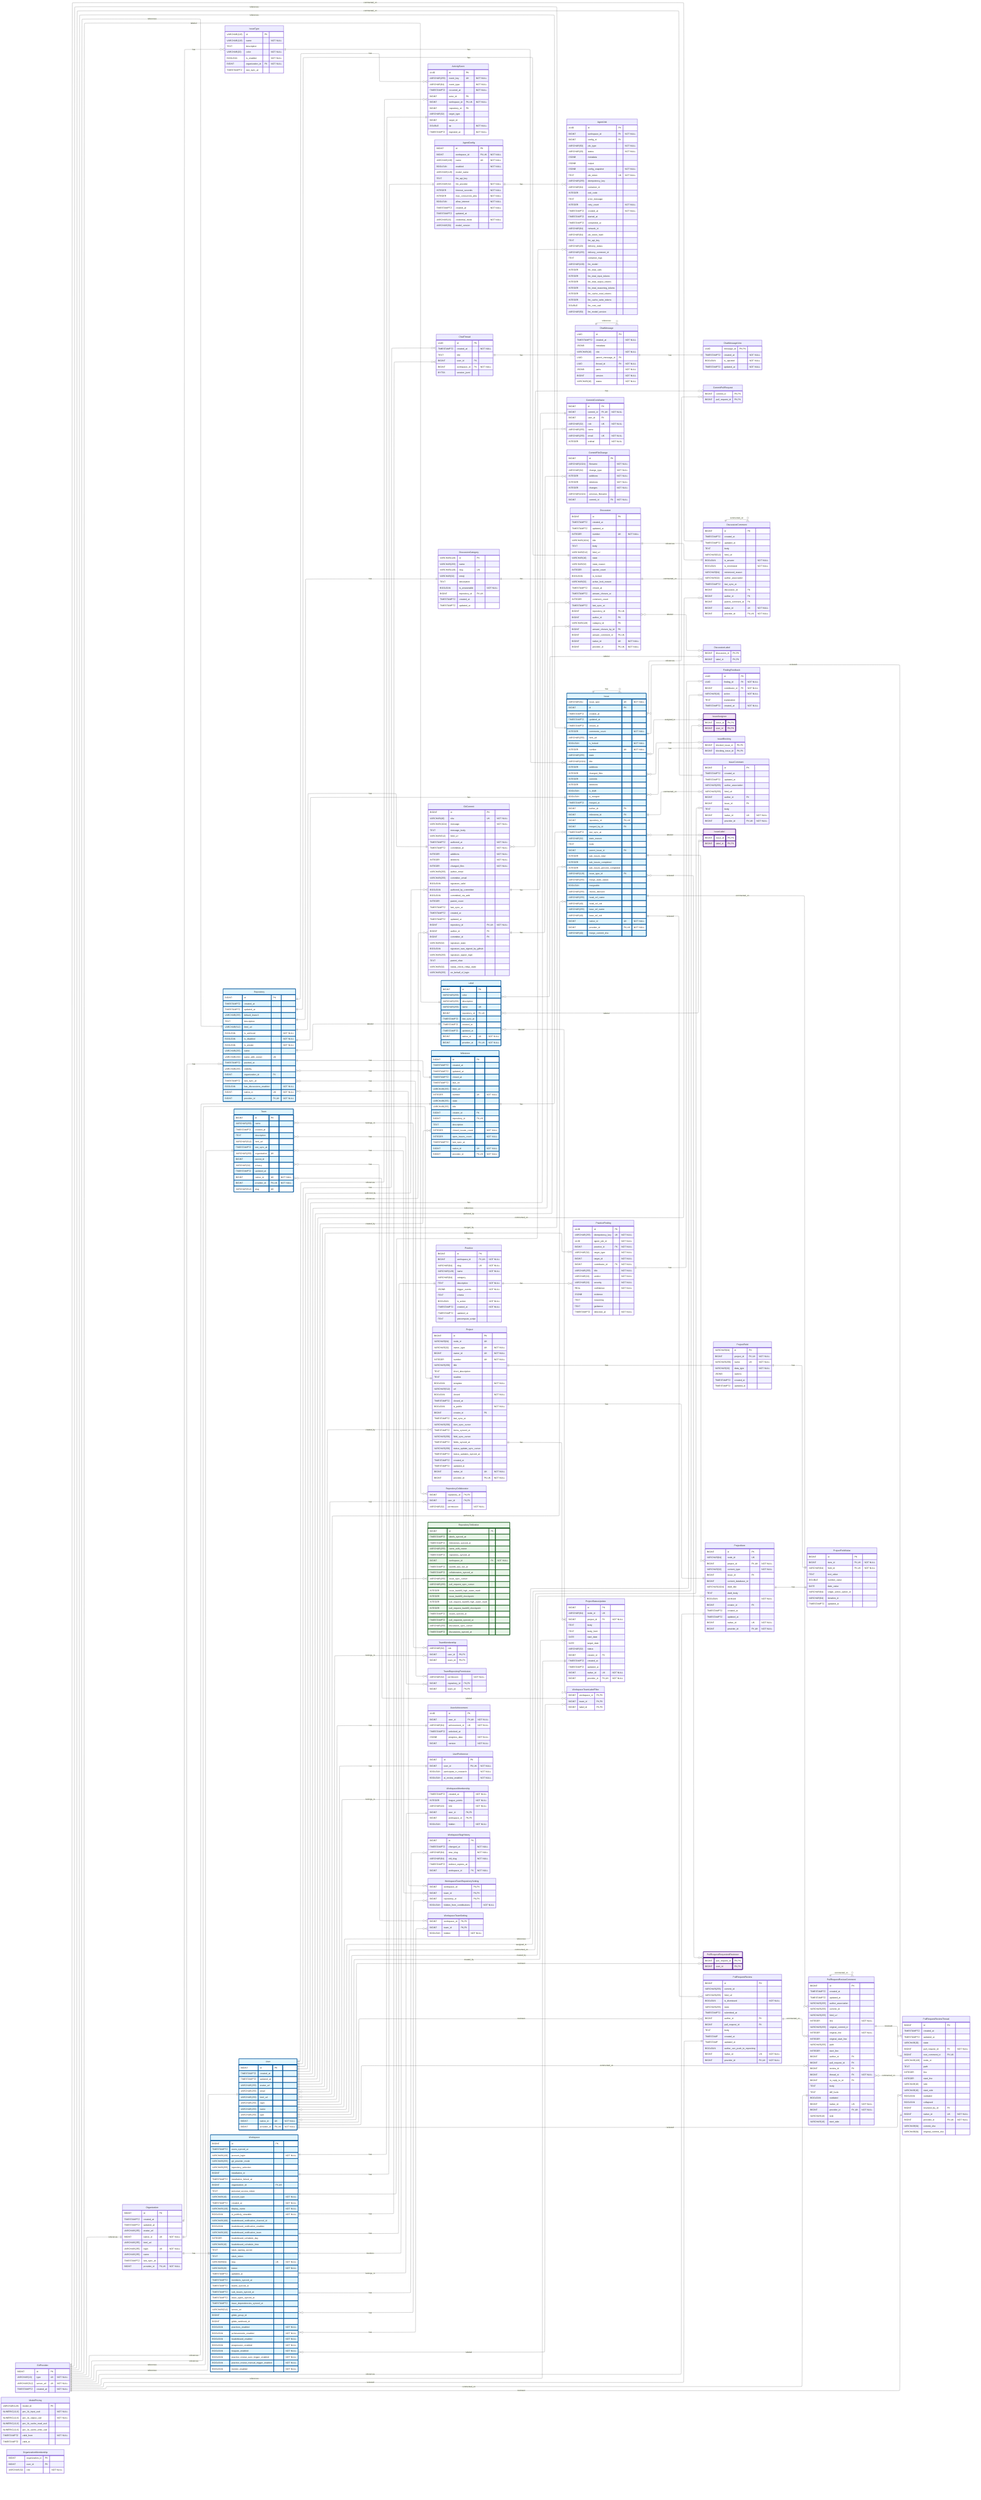
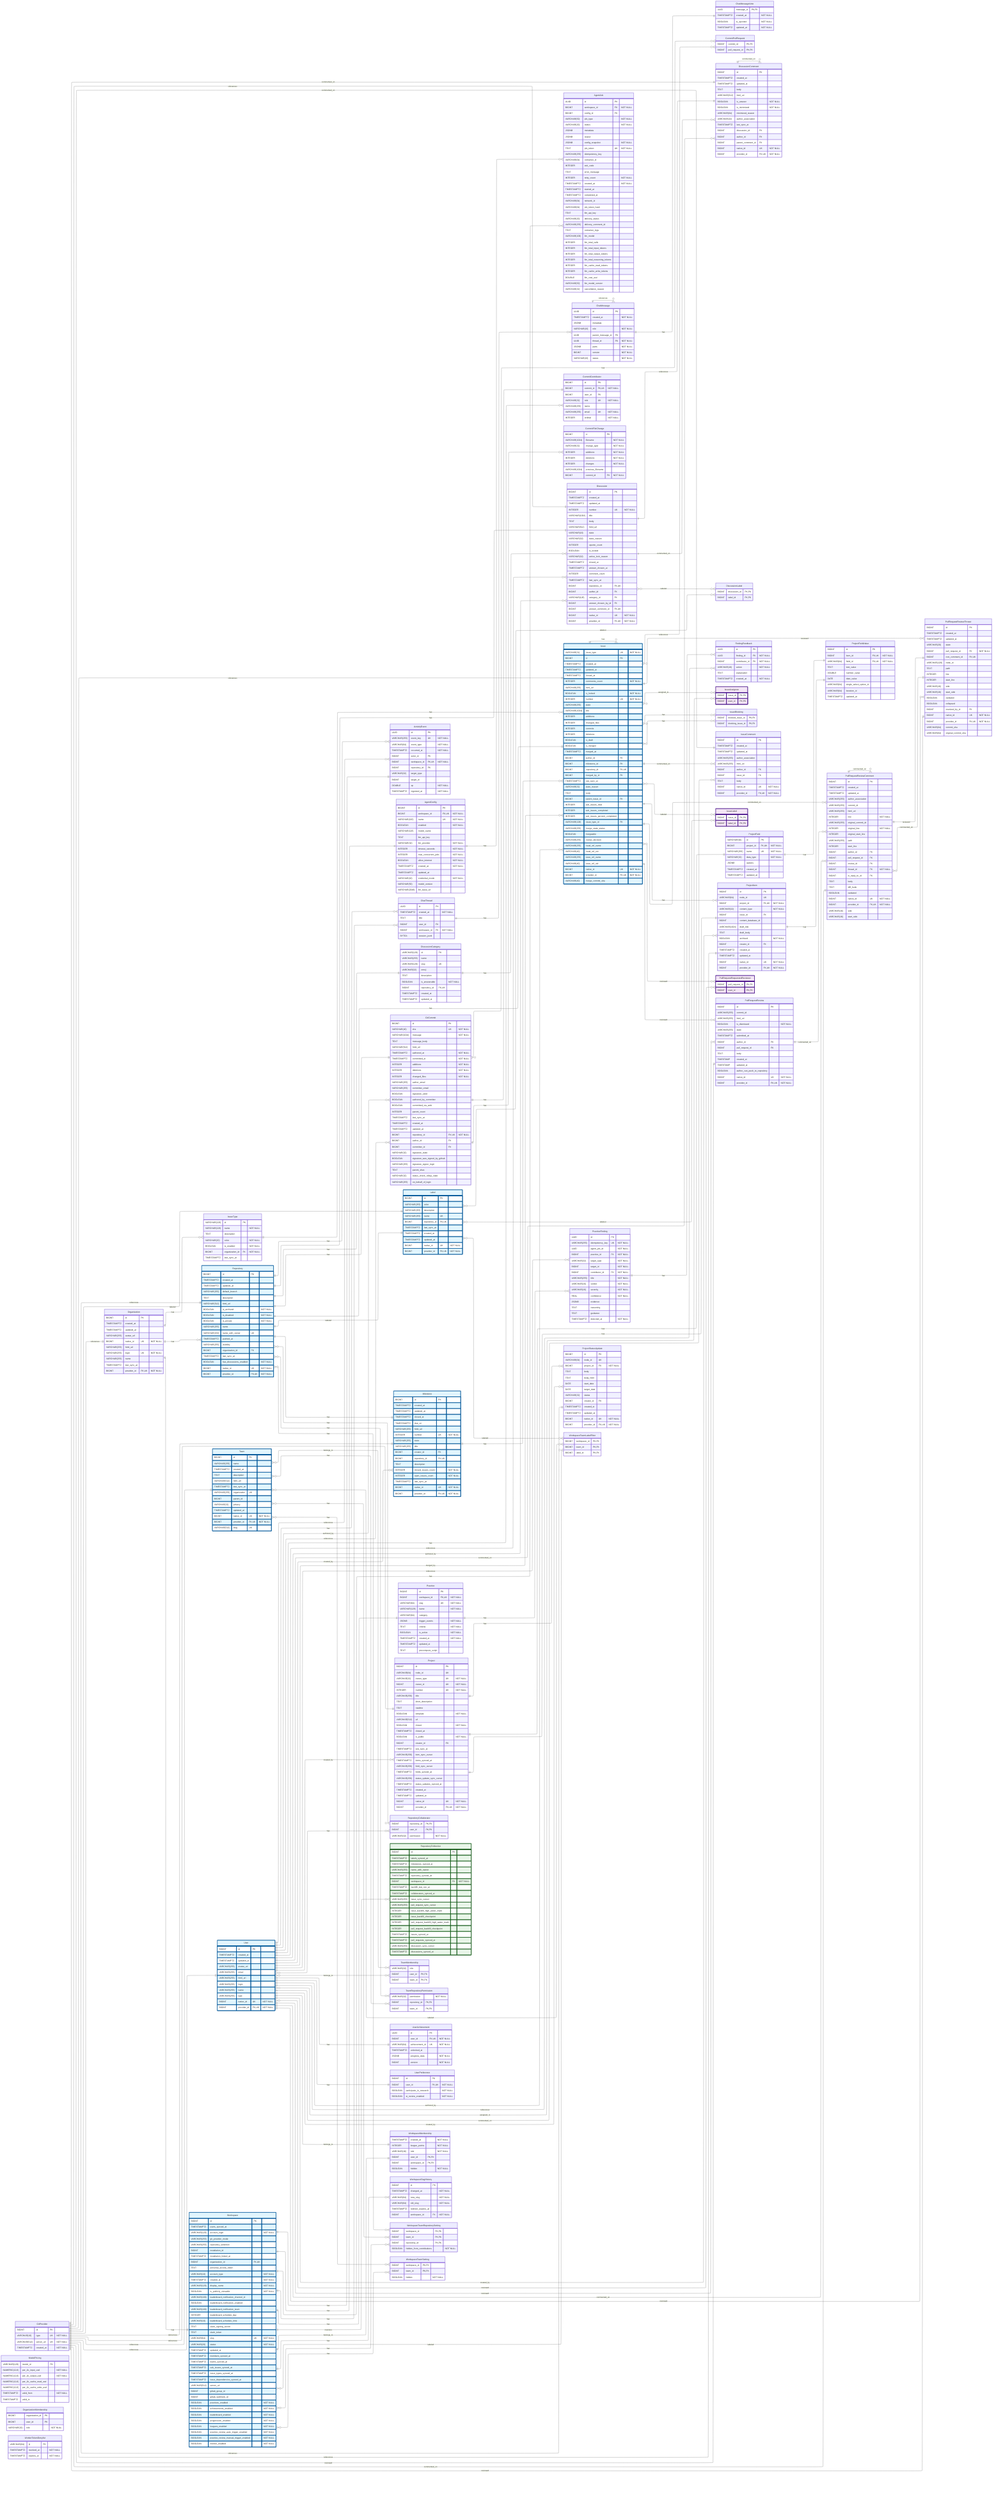
---
config:
    layout: elk
---
erDiagram
    %% Generated automatically from PostgreSQL database schema
    %% using scripts/generate-mermaid-erd.ts
    %% To regenerate: pnpm run db:generate-erd-docs

    direction LR

    ActivityEvent {
        UUID id PK
        VARCHAR(255) event_key UK "NOT NULL"
        VARCHAR(64) event_type "NOT NULL"
        TIMESTAMPTZ occurred_at "NOT NULL"
        BIGINT actor_id FK
        BIGINT workspace_id FK,UK "NOT NULL"
        BIGINT repository_id FK
        VARCHAR(32) target_type
        BIGINT target_id
        DOUBLE xp "NOT NULL"
        TIMESTAMPTZ ingested_at "NOT NULL"
    }

    AgentConfig {
        BIGINT id PK
        BIGINT workspace_id FK,UK "NOT NULL"
        VARCHAR(100) name UK "NOT NULL"
        BOOLEAN enabled "NOT NULL"
        VARCHAR(128) model_name
        TEXT llm_api_key
        VARCHAR(32) llm_provider "NOT NULL"
        INTEGER timeout_seconds "NOT NULL"
        INTEGER max_concurrent_jobs "NOT NULL"
        BOOLEAN allow_internet "NOT NULL"
        TIMESTAMPTZ created_at "NOT NULL"
        TIMESTAMPTZ updated_at
        VARCHAR(16) credential_mode "NOT NULL"
        VARCHAR(50) model_version
+         VARCHAR(2048) llm_base_url
    }

    AgentJob {
        UUID id PK
        BIGINT workspace_id FK "NOT NULL"
        BIGINT config_id FK
        VARCHAR(50) job_type "NOT NULL"
        VARCHAR(20) status "NOT NULL"
        JSONB metadata
        JSONB output
        JSONB config_snapshot "NOT NULL"
        TEXT job_token UK "NOT NULL"
        VARCHAR(255) idempotency_key
        VARCHAR(64) container_id
        INTEGER exit_code
        TEXT error_message
        INTEGER retry_count "NOT NULL"
        TIMESTAMPTZ created_at "NOT NULL"
        TIMESTAMPTZ started_at
        TIMESTAMPTZ completed_at
        VARCHAR(64) network_id
        VARCHAR(64) job_token_hash
        TEXT llm_api_key
        VARCHAR(20) delivery_status
        VARCHAR(255) delivery_comment_id
        TEXT container_logs
        VARCHAR(100) llm_model
        INTEGER llm_total_calls
        INTEGER llm_total_input_tokens
        INTEGER llm_total_output_tokens
        INTEGER llm_total_reasoning_tokens
        INTEGER llm_cache_read_tokens
        INTEGER llm_cache_write_tokens
        DOUBLE llm_cost_usd
        VARCHAR(50) llm_model_version
+         VARCHAR(32) cancellation_reason
    }

    ChatMessage {
        UUID id PK
        TIMESTAMPTZ created_at "NOT NULL"
        JSONB metadata
        VARCHAR(16) role "NOT NULL"
        UUID parent_message_id FK
        UUID thread_id FK "NOT NULL"
        JSONB parts "NOT NULL"
        BIGINT version "NOT NULL"
        VARCHAR(16) status "NOT NULL"
    }

    ChatMessageVote {
        UUID message_id PK,FK
        TIMESTAMPTZ created_at "NOT NULL"
        BOOLEAN is_upvoted "NOT NULL"
        TIMESTAMPTZ updated_at "NOT NULL"
    }

    ChatThread {
        UUID id PK
        TIMESTAMPTZ created_at "NOT NULL"
        TEXT title
        BIGINT user_id FK
        BIGINT workspace_id FK "NOT NULL"
        BYTEA session_jsonl
    }

    CommitContributor {
        BIGINT id PK
        BIGINT commit_id FK,UK "NOT NULL"
        BIGINT user_id FK
        VARCHAR(32) role UK "NOT NULL"
        VARCHAR(255) name
        VARCHAR(255) email UK "NOT NULL"
        INTEGER ordinal "NOT NULL"
    }

    CommitFileChange {
        BIGINT id PK
        VARCHAR(1024) filename "NOT NULL"
        VARCHAR(32) change_type "NOT NULL"
        INTEGER additions "NOT NULL"
        INTEGER deletions "NOT NULL"
        INTEGER changes "NOT NULL"
        VARCHAR(1024) previous_filename
        BIGINT commit_id FK "NOT NULL"
    }

    CommitPullRequest {
        BIGINT commit_id PK,FK
        BIGINT pull_request_id PK,FK
    }

    Discussion {
        BIGINT id PK
        TIMESTAMPTZ created_at
        TIMESTAMPTZ updated_at
        INTEGER number UK "NOT NULL"
        VARCHAR(1024) title
        TEXT body
        VARCHAR(512) html_url
        VARCHAR(16) state
        VARCHAR(32) state_reason
        INTEGER upvote_count
        BOOLEAN is_locked
        VARCHAR(32) active_lock_reason
        TIMESTAMPTZ closed_at
        TIMESTAMPTZ answer_chosen_at
        INTEGER comment_count
        TIMESTAMPTZ last_sync_at
        BIGINT repository_id FK,UK
        BIGINT author_id FK
        VARCHAR(128) category_id FK
        BIGINT answer_chosen_by_id FK
        BIGINT answer_comment_id FK,UK
        BIGINT native_id UK "NOT NULL"
        BIGINT provider_id FK,UK "NOT NULL"
    }

    DiscussionCategory {
        VARCHAR(128) id PK
        VARCHAR(255) name
        VARCHAR(128) slug UK
        VARCHAR(32) emoji
        TEXT description
        BOOLEAN is_answerable "NOT NULL"
        BIGINT repository_id FK,UK
        TIMESTAMPTZ created_at
        TIMESTAMPTZ updated_at
    }

    DiscussionComment {
        BIGINT id PK
        TIMESTAMPTZ created_at
        TIMESTAMPTZ updated_at
        TEXT body
        VARCHAR(512) html_url
        BOOLEAN is_answer "NOT NULL"
        BOOLEAN is_minimized "NOT NULL"
        VARCHAR(64) minimized_reason
        VARCHAR(32) author_association
        TIMESTAMPTZ last_sync_at
        BIGINT discussion_id FK
        BIGINT author_id FK
        BIGINT parent_comment_id FK
        BIGINT native_id UK "NOT NULL"
        BIGINT provider_id FK,UK "NOT NULL"
    }

    DiscussionLabel {
        BIGINT discussion_id PK,FK
        BIGINT label_id PK,FK
    }

    FindingFeedback {
        UUID id PK
        UUID finding_id FK "NOT NULL"
        BIGINT contributor_id FK "NOT NULL"
        VARCHAR(16) action "NOT NULL"
        TEXT explanation
        TIMESTAMPTZ created_at "NOT NULL"
    }

    GitCommit {
        BIGINT id PK
        VARCHAR(40) sha UK "NOT NULL"
        VARCHAR(1024) message "NOT NULL"
        TEXT message_body
        VARCHAR(512) html_url
        TIMESTAMPTZ authored_at "NOT NULL"
        TIMESTAMPTZ committed_at "NOT NULL"
        INTEGER additions "NOT NULL"
        INTEGER deletions "NOT NULL"
        INTEGER changed_files "NOT NULL"
        VARCHAR(255) author_email
        VARCHAR(255) committer_email
        BOOLEAN signature_valid
        BOOLEAN authored_by_committer
        BOOLEAN committed_via_web
        INTEGER parent_count
        TIMESTAMPTZ last_sync_at
        TIMESTAMPTZ created_at
        TIMESTAMPTZ updated_at
        BIGINT repository_id FK,UK "NOT NULL"
        BIGINT author_id FK
        BIGINT committer_id FK
        VARCHAR(32) signature_state
        BOOLEAN signature_was_signed_by_github
        VARCHAR(255) signature_signer_login
        TEXT parent_shas
        VARCHAR(32) status_check_rollup_state
        VARCHAR(255) on_behalf_of_login
    }

    GitProvider {
        BIGINT id PK
        VARCHAR(10) type UK "NOT NULL"
        VARCHAR(512) server_url UK "NOT NULL"
        TIMESTAMPTZ created_at "NOT NULL"
    }

    Issue {
        VARCHAR(31) issue_type UK "NOT NULL"
        BIGINT id PK
        TIMESTAMPTZ created_at
        TIMESTAMPTZ updated_at
        TIMESTAMPTZ closed_at
        INTEGER comments_count "NOT NULL"
        VARCHAR(255) html_url
        BOOLEAN is_locked "NOT NULL"
        INTEGER number UK "NOT NULL"
        VARCHAR(255) state
        VARCHAR(1024) title
        INTEGER additions
        INTEGER changed_files
        INTEGER commits
        INTEGER deletions
        BOOLEAN is_draft
        BOOLEAN is_merged
        TIMESTAMPTZ merged_at
        BIGINT author_id FK
        BIGINT milestone_id FK
        BIGINT repository_id FK,UK
        BIGINT merged_by_id FK
        TIMESTAMPTZ last_sync_at
        VARCHAR(32) state_reason
        TEXT body
        BIGINT parent_issue_id FK
        INTEGER sub_issues_total
        INTEGER sub_issues_completed
        INTEGER sub_issues_percent_completed
        VARCHAR(128) issue_type_id FK
        VARCHAR(255) merge_state_status
        BOOLEAN mergeable
        VARCHAR(255) review_decision
        VARCHAR(255) head_ref_name
        VARCHAR(40) head_ref_oid
        VARCHAR(255) base_ref_name
        VARCHAR(40) base_ref_oid
        BIGINT native_id UK "NOT NULL"
        BIGINT provider_id FK,UK "NOT NULL"
        VARCHAR(40) merge_commit_sha
    }

    IssueAssignee {
        BIGINT issue_id PK,FK
        BIGINT user_id PK,FK
    }

    IssueBlocking {
        BIGINT blocked_issue_id PK,FK
        BIGINT blocking_issue_id PK,FK
    }

    IssueComment {
        BIGINT id PK
        TIMESTAMPTZ created_at
        TIMESTAMPTZ updated_at
        VARCHAR(255) author_association
        VARCHAR(255) html_url
        BIGINT author_id FK
        BIGINT issue_id FK
        TEXT body
        BIGINT native_id UK "NOT NULL"
        BIGINT provider_id FK,UK "NOT NULL"
    }

    IssueLabel {
        BIGINT issue_id PK,FK
        BIGINT label_id PK,FK
    }

    IssueType {
        VARCHAR(128) id PK
        VARCHAR(128) name "NOT NULL"
        TEXT description
        VARCHAR(20) color "NOT NULL"
        BOOLEAN is_enabled "NOT NULL"
        BIGINT organization_id FK "NOT NULL"
        TIMESTAMPTZ last_sync_at
    }

    Label {
        BIGINT id PK
        VARCHAR(255) color
        VARCHAR(255) description
        VARCHAR(255) name UK
        BIGINT repository_id FK,UK
        TIMESTAMPTZ last_sync_at
        TIMESTAMPTZ created_at
        TIMESTAMPTZ updated_at
        BIGINT native_id UK "NOT NULL"
        BIGINT provider_id FK,UK "NOT NULL"
    }

    Milestone {
        BIGINT id PK
        TIMESTAMPTZ created_at
        TIMESTAMPTZ updated_at
        TIMESTAMPTZ closed_at
        TIMESTAMPTZ due_on
        VARCHAR(255) html_url
        INTEGER number UK "NOT NULL"
        VARCHAR(255) state
        VARCHAR(255) title
        BIGINT creator_id FK
        BIGINT repository_id FK,UK
        TEXT description
        INTEGER closed_issues_count "NOT NULL"
        INTEGER open_issues_count "NOT NULL"
        TIMESTAMPTZ last_sync_at
        BIGINT native_id UK "NOT NULL"
        BIGINT provider_id FK,UK "NOT NULL"
    }

    ModelPricing {
        VARCHAR(128) model_id PK
        NUMERIC(12,6) per_1k_input_usd "NOT NULL"
        NUMERIC(12,6) per_1k_output_usd "NOT NULL"
        NUMERIC(12,6) per_1k_cache_read_usd
        NUMERIC(12,6) per_1k_cache_write_usd
        TIMESTAMPTZ valid_from "NOT NULL"
        TIMESTAMPTZ valid_to
    }

    Organization {
        BIGINT id PK
        TIMESTAMPTZ created_at
        TIMESTAMPTZ updated_at
        VARCHAR(255) avatar_url
        BIGINT native_id UK "NOT NULL"
        VARCHAR(255) html_url
        VARCHAR(255) login UK "NOT NULL"
        VARCHAR(255) name
        TIMESTAMPTZ last_sync_at
        BIGINT provider_id FK,UK "NOT NULL"
    }

    OrganizationMembership {
        BIGINT organization_id PK
        BIGINT user_id PK
        VARCHAR(32) role "NOT NULL"
    }

    Practice {
        BIGINT id PK
        BIGINT workspace_id FK,UK "NOT NULL"
        VARCHAR(64) slug UK "NOT NULL"
        VARCHAR(128) name "NOT NULL"
        VARCHAR(64) category
-         TEXT description "NOT NULL"
        JSONB trigger_events "NOT NULL"
-         TEXT criteria
+         TEXT criteria "NOT NULL"
        BOOLEAN is_active "NOT NULL"
        TIMESTAMPTZ created_at "NOT NULL"
        TIMESTAMPTZ updated_at
        TEXT precompute_script
    }

    PracticeFinding {
        UUID id PK
        VARCHAR(255) idempotency_key UK "NOT NULL"
        UUID agent_job_id "NOT NULL"
        BIGINT practice_id FK "NOT NULL"
        VARCHAR(32) target_type "NOT NULL"
        BIGINT target_id "NOT NULL"
        BIGINT contributor_id FK "NOT NULL"
        VARCHAR(255) title "NOT NULL"
        VARCHAR(16) verdict "NOT NULL"
        VARCHAR(16) severity "NOT NULL"
        REAL confidence "NOT NULL"
        JSONB evidence
        TEXT reasoning
        TEXT guidance
        TIMESTAMPTZ detected_at "NOT NULL"
    }

    Project {
        BIGINT id PK
        VARCHAR(64) node_id UK
        VARCHAR(32) owner_type UK "NOT NULL"
        BIGINT owner_id UK "NOT NULL"
        INTEGER number UK "NOT NULL"
        VARCHAR(256) title
        TEXT short_description
        TEXT readme
        BOOLEAN template "NOT NULL"
        VARCHAR(512) url
        BOOLEAN closed "NOT NULL"
        TIMESTAMPTZ closed_at
        BOOLEAN is_public "NOT NULL"
        BIGINT creator_id FK
        TIMESTAMPTZ last_sync_at
        VARCHAR(256) item_sync_cursor
        TIMESTAMPTZ items_synced_at
        VARCHAR(256) field_sync_cursor
        TIMESTAMPTZ fields_synced_at
        VARCHAR(256) status_update_sync_cursor
        TIMESTAMPTZ status_updates_synced_at
        TIMESTAMPTZ created_at
        TIMESTAMPTZ updated_at
        BIGINT native_id UK "NOT NULL"
        BIGINT provider_id FK,UK "NOT NULL"
    }

    ProjectField {
        VARCHAR(64) id PK
        BIGINT project_id FK,UK "NOT NULL"
        VARCHAR(256) name UK "NOT NULL"
        VARCHAR(32) data_type "NOT NULL"
        JSONB options
        TIMESTAMPTZ created_at
        TIMESTAMPTZ updated_at
    }

    ProjectFieldValue {
        BIGINT id PK
        BIGINT item_id FK,UK "NOT NULL"
        VARCHAR(64) field_id FK,UK "NOT NULL"
        TEXT text_value
        DOUBLE number_value
        DATE date_value
        VARCHAR(64) single_select_option_id
        VARCHAR(64) iteration_id
        TIMESTAMPTZ updated_at
    }

    ProjectItem {
        BIGINT id PK
        VARCHAR(64) node_id UK
        BIGINT project_id FK,UK "NOT NULL"
        VARCHAR(32) content_type "NOT NULL"
        BIGINT issue_id FK
        BIGINT content_database_id
        VARCHAR(1024) draft_title
        TEXT draft_body
        BOOLEAN archived "NOT NULL"
        BIGINT creator_id FK
        TIMESTAMPTZ created_at
        TIMESTAMPTZ updated_at
        BIGINT native_id UK "NOT NULL"
        BIGINT provider_id FK,UK "NOT NULL"
    }

    ProjectStatusUpdate {
        BIGINT id PK
        VARCHAR(64) node_id UK
        BIGINT project_id FK "NOT NULL"
        TEXT body
        TEXT body_html
        DATE start_date
        DATE target_date
        VARCHAR(32) status
        BIGINT creator_id FK
        TIMESTAMPTZ created_at
        TIMESTAMPTZ updated_at
        BIGINT native_id UK "NOT NULL"
        BIGINT provider_id FK,UK "NOT NULL"
    }

    PullRequestRequestedReviewer {
        BIGINT pull_request_id PK,FK
        BIGINT user_id PK,FK
    }

    PullRequestReview {
        BIGINT id PK
        VARCHAR(255) commit_id
        VARCHAR(255) html_url
        BOOLEAN is_dismissed "NOT NULL"
        VARCHAR(255) state
        TIMESTAMPTZ submitted_at
        BIGINT author_id FK
        BIGINT pull_request_id FK
        TEXT body
        TIMESTAMP created_at
        TIMESTAMP updated_at
        BOOLEAN author_can_push_to_repository
        BIGINT native_id UK "NOT NULL"
        BIGINT provider_id FK,UK "NOT NULL"
    }

    PullRequestReviewComment {
        BIGINT id PK
        TIMESTAMPTZ created_at
        TIMESTAMPTZ updated_at
        VARCHAR(255) author_association
        VARCHAR(255) commit_id
        VARCHAR(255) html_url
        INTEGER line "NOT NULL"
        VARCHAR(255) original_commit_id
        INTEGER original_line "NOT NULL"
        INTEGER original_start_line
        VARCHAR(255) path
        INTEGER start_line
        BIGINT author_id FK
        BIGINT pull_request_id FK
        BIGINT review_id FK
        BIGINT thread_id FK "NOT NULL"
        BIGINT in_reply_to_id FK
        TEXT body
        TEXT diff_hunk
        BOOLEAN outdated
        BIGINT native_id UK "NOT NULL"
        BIGINT provider_id FK,UK "NOT NULL"
        VARCHAR(16) side
        VARCHAR(16) start_side
    }

    PullRequestReviewThread {
        BIGINT id PK
        TIMESTAMPTZ created_at
        TIMESTAMPTZ updated_at
        VARCHAR(20) state
        BIGINT pull_request_id FK "NOT NULL"
        BIGINT root_comment_id FK,UK
        VARCHAR(128) node_id
        TEXT path
        INTEGER line
        INTEGER start_line
        VARCHAR(16) side
        VARCHAR(16) start_side
        BOOLEAN outdated
        BOOLEAN collapsed
        BIGINT resolved_by_id FK
        BIGINT native_id UK "NOT NULL"
        BIGINT provider_id FK,UK "NOT NULL"
        VARCHAR(64) commit_sha
        VARCHAR(64) original_commit_sha
    }

    Repository {
        BIGINT id PK
        TIMESTAMPTZ created_at
        TIMESTAMPTZ updated_at
        VARCHAR(255) default_branch
        TEXT description
        VARCHAR(512) html_url
        BOOLEAN is_archived "NOT NULL"
        BOOLEAN is_disabled "NOT NULL"
        BOOLEAN is_private "NOT NULL"
        VARCHAR(255) name
        VARCHAR(150) name_with_owner UK
        TIMESTAMPTZ pushed_at
        VARCHAR(255) visibility
        BIGINT organization_id FK
        TIMESTAMPTZ last_sync_at
        BOOLEAN has_discussions_enabled "NOT NULL"
        BIGINT native_id UK "NOT NULL"
        BIGINT provider_id FK,UK "NOT NULL"
    }

    RepositoryCollaborator {
        BIGINT repository_id PK,FK
        BIGINT user_id PK,FK
        VARCHAR(32) permission "NOT NULL"
    }

    RepositoryToMonitor {
        BIGINT id PK
        TIMESTAMPTZ labels_synced_at
        TIMESTAMPTZ milestones_synced_at
        VARCHAR(255) name_with_owner
        TIMESTAMPTZ repository_synced_at
        BIGINT workspace_id FK "NOT NULL"
        TIMESTAMPTZ backfill_last_run_at
        TIMESTAMPTZ collaborators_synced_at
        VARCHAR(255) issue_sync_cursor
        VARCHAR(255) pull_request_sync_cursor
        INTEGER issue_backfill_high_water_mark
        INTEGER issue_backfill_checkpoint
        INTEGER pull_request_backfill_high_water_mark
        INTEGER pull_request_backfill_checkpoint
        TIMESTAMPTZ issues_synced_at
        TIMESTAMPTZ pull_requests_synced_at
        VARCHAR(255) discussion_sync_cursor
        TIMESTAMPTZ discussions_synced_at
    }

    Team {
        BIGINT id PK
        VARCHAR(255) name
        TIMESTAMPTZ created_at
        TEXT description
        VARCHAR(512) html_url
        TIMESTAMPTZ last_sync_at
        VARCHAR(255) organization UK
        BIGINT parent_id
        VARCHAR(32) privacy
        TIMESTAMPTZ updated_at
        BIGINT native_id UK "NOT NULL"
        BIGINT provider_id FK,UK "NOT NULL"
        VARCHAR(512) slug UK
    }

    TeamMembership {
        VARCHAR(32) role
        BIGINT user_id PK,FK
        BIGINT team_id PK,FK
    }

    TeamRepositoryPermission {
        VARCHAR(32) permission "NOT NULL"
        BIGINT repository_id PK,FK
        BIGINT team_id PK,FK
    }

    User {
        BIGINT id PK
        TIMESTAMPTZ created_at
        TIMESTAMPTZ updated_at
        VARCHAR(255) avatar_url
        VARCHAR(255) email
        VARCHAR(255) html_url
        VARCHAR(255) login
        VARCHAR(255) name
        VARCHAR(255) type
        BIGINT native_id UK "NOT NULL"
        BIGINT provider_id FK,UK "NOT NULL"
    }

    UserAchievement {
        UUID id PK
        BIGINT user_id FK,UK "NOT NULL"
        VARCHAR(64) achievement_id UK "NOT NULL"
        TIMESTAMPTZ unlocked_at
        JSONB progress_data "NOT NULL"
        BIGINT version "NOT NULL"
    }

    UserPreference {
        BIGINT id PK
        BIGINT user_id FK,UK "NOT NULL"
        BOOLEAN participate_in_research "NOT NULL"
        BOOLEAN ai_review_enabled "NOT NULL"
+     }
+ 
+     WorkerTokenDenylist {
+         VARCHAR(64) jti PK
+         TIMESTAMPTZ revoked_at "NOT NULL"
+         TIMESTAMPTZ expires_at "NOT NULL"
    }

    Workspace {
        BIGINT id PK
        TIMESTAMPTZ users_synced_at
        VARCHAR(120) account_login "NOT NULL"
        VARCHAR(255) git_provider_mode
        VARCHAR(255) repository_selection
        BIGINT installation_id
        TIMESTAMPTZ installation_linked_at
        BIGINT organization_id FK,UK
        TEXT personal_access_token
        VARCHAR(10) account_type "NOT NULL"
        TIMESTAMPTZ created_at "NOT NULL"
        VARCHAR(120) display_name "NOT NULL"
        BOOLEAN is_publicly_viewable "NOT NULL"
        VARCHAR(100) leaderboard_notification_channel_id
        BOOLEAN leaderboard_notification_enabled
        VARCHAR(100) leaderboard_notification_team
        INTEGER leaderboard_schedule_day
        VARCHAR(10) leaderboard_schedule_time
        TEXT slack_signing_secret
        TEXT slack_token
        VARCHAR(64) slug UK "NOT NULL"
        VARCHAR(20) status "NOT NULL"
        TIMESTAMPTZ updated_at
        TIMESTAMPTZ members_synced_at
        TIMESTAMPTZ teams_synced_at
        TIMESTAMPTZ sub_issues_synced_at
        TIMESTAMPTZ issue_types_synced_at
        TIMESTAMPTZ issue_dependencies_synced_at
        VARCHAR(512) server_url
        BIGINT gitlab_group_id
        BIGINT gitlab_webhook_id
        BOOLEAN practices_enabled "NOT NULL"
        BOOLEAN achievements_enabled "NOT NULL"
        BOOLEAN leaderboard_enabled "NOT NULL"
        BOOLEAN progression_enabled "NOT NULL"
        BOOLEAN leagues_enabled "NOT NULL"
        BOOLEAN practice_review_auto_trigger_enabled "NOT NULL"
        BOOLEAN practice_review_manual_trigger_enabled "NOT NULL"
        BOOLEAN mentor_enabled "NOT NULL"
    }

    WorkspaceMembership {
        TIMESTAMPTZ created_at "NOT NULL"
        INTEGER league_points "NOT NULL"
        VARCHAR(16) role "NOT NULL"
        BIGINT user_id PK,FK
        BIGINT workspace_id PK,FK
        BOOLEAN hidden "NOT NULL"
    }

    WorkspaceSlugHistory {
        BIGINT id PK
        TIMESTAMPTZ changed_at "NOT NULL"
        VARCHAR(64) new_slug "NOT NULL"
        VARCHAR(64) old_slug "NOT NULL"
        TIMESTAMPTZ redirect_expires_at
        BIGINT workspace_id FK "NOT NULL"
    }

    WorkspaceTeamLabelFilter {
        BIGINT workspace_id PK,FK
        BIGINT team_id PK,FK
        BIGINT label_id PK,FK
    }

    WorkspaceTeamRepositorySetting {
        BIGINT workspace_id PK,FK
        BIGINT team_id PK,FK
        BIGINT repository_id PK,FK
        BOOLEAN hidden_from_contributions "NOT NULL"
    }

    WorkspaceTeamSetting {
        BIGINT workspace_id PK,FK
        BIGINT team_id PK,FK
        BOOLEAN hidden "NOT NULL"
    }

    %% Relationships
    %% One-to-One relationships
    Workspace ||--|| ActivityEvent : has
    Workspace ||--|| AgentConfig : has
    ChatMessage ||--|| ChatMessageVote : has
    GitCommit ||--|| CommitContributor : has
    DiscussionComment ||--|| Discussion : references
    GitProvider ||--|| Discussion : references
    Repository ||--|| Discussion : has
    Repository ||--|| DiscussionCategory : has
    GitProvider ||--|| DiscussionComment : commented_on
    Repository ||--|| GitCommit : has
    GitProvider ||--|| Issue : references
    Repository ||--|| Issue : has
    GitProvider ||--|| IssueComment : commented_on
    GitProvider ||--|| Label : labeled
    Repository ||--|| Label : labeled
    GitProvider ||--|| Milestone : references
    Repository ||--|| Milestone : has
    GitProvider ||--|| Organization : references
    Workspace ||--|| Practice : has
    GitProvider ||--|| Project : references
    Project ||--|| ProjectField : has
    ProjectField ||--|| ProjectFieldValue : has
    ProjectItem ||--|| ProjectFieldValue : has
    Project ||--|| ProjectItem : has
    GitProvider ||--|| ProjectItem : references
    GitProvider ||--|| ProjectStatusUpdate : references
    GitProvider ||--|| PullRequestReview : reviewed
    GitProvider ||--|| PullRequestReviewComment : commented_on
    GitProvider ||--|| PullRequestReviewThread : reviewed
    PullRequestReviewComment ||--|| PullRequestReviewThread : reviewed
    GitProvider ||--|| Repository : references
    GitProvider ||--|| Team : references
    GitProvider ||--|| User : references
    User ||--|| UserAchievement : has
    User ||--|| UserPreference : has
    Organization ||--|| Workspace : has
    User ||--|| WorkspaceMembership : belongs_to
    Workspace ||--|| WorkspaceMembership : belongs_to

    %% One-to-Many relationships
    User ||--o{ ActivityEvent : references
    Repository ||--o{ ActivityEvent : has
    AgentConfig ||--o{ AgentJob : has
    Workspace ||--o{ AgentJob : has
    ChatMessage ||--o{ ChatMessage : references
    ChatThread ||--o{ ChatMessage : has
    User ||--o{ ChatThread : has
    Workspace ||--o{ ChatThread : has
    User ||--o{ CommitContributor : has
    GitCommit ||--o{ CommitFileChange : has
    User ||--o{ Discussion : references
    User ||--o{ Discussion : authored_by
    DiscussionCategory ||--o{ Discussion : has
    User ||--o{ DiscussionComment : commented_on
    Discussion ||--o{ DiscussionComment : commented_on
    DiscussionComment ||--o{ DiscussionComment : commented_on
    User ||--o{ FindingFeedback : references
    PracticeFinding ||--o{ FindingFeedback : has
    User ||--o{ GitCommit : authored_by
    User ||--o{ GitCommit : references
    User ||--o{ Issue : authored_by
    IssueType ||--o{ Issue : has
    User ||--o{ Issue : merged_by
    Milestone ||--o{ Issue : has
    Issue ||--o{ Issue : has
    User ||--o{ IssueComment : commented_on
    Issue ||--o{ IssueComment : commented_on
    Organization ||--o{ IssueType : has
    User ||--o{ Milestone : created_by
    User ||--o{ PracticeFinding : references
    Practice ||--o{ PracticeFinding : has
    User ||--o{ Project : created_by
    User ||--o{ ProjectItem : created_by
    Issue ||--o{ ProjectItem : has
    User ||--o{ ProjectStatusUpdate : created_by
    Project ||--o{ ProjectStatusUpdate : has
    User ||--o{ PullRequestReview : reviewed
    Issue ||--o{ PullRequestReview : reviewed
    User ||--o{ PullRequestReviewComment : commented_on
    PullRequestReviewComment ||--o{ PullRequestReviewComment : commented_on
    Issue ||--o{ PullRequestReviewComment : commented_on
    PullRequestReview ||--o{ PullRequestReviewComment : commented_on
    PullRequestReviewThread ||--o{ PullRequestReviewComment : commented_on
    Issue ||--o{ PullRequestReviewThread : reviewed
    User ||--o{ PullRequestReviewThread : reviewed
    Organization ||--o{ Repository : has
    Workspace ||--o{ RepositoryToMonitor : monitors
    Workspace ||--o{ WorkspaceSlugHistory : has

    %% Many-to-Many relationships
    GitCommit }o--o{ CommitPullRequest : has
    Issue }o--o{ CommitPullRequest : references
    Discussion }o--o{ DiscussionLabel : labeled
    Label }o--o{ DiscussionLabel : labeled
    Issue }o--o{ IssueAssignee : assigned_to
    User }o--o{ IssueAssignee : assigned_to
    Issue }o--o{ IssueBlocking : has
    Issue }o--o{ IssueBlocking : has
    Issue }o--o{ IssueLabel : labeled
    Label }o--o{ IssueLabel : labeled
    Issue }o--o{ PullRequestRequestedReviewer : reviewed
    User }o--o{ PullRequestRequestedReviewer : reviewed
    Repository }o--o{ RepositoryCollaborator : has
    User }o--o{ RepositoryCollaborator : has
    Team }o--o{ TeamMembership : belongs_to
    User }o--o{ TeamMembership : belongs_to
    Repository }o--o{ TeamRepositoryPermission : has
    Team }o--o{ TeamRepositoryPermission : has
    Label }o--o{ WorkspaceTeamLabelFilter : labeled
    Team }o--o{ WorkspaceTeamLabelFilter : labeled
    Workspace }o--o{ WorkspaceTeamLabelFilter : labeled
    Repository }o--o{ WorkspaceTeamRepositorySetting : has
    Team }o--o{ WorkspaceTeamRepositorySetting : has
    Workspace }o--o{ WorkspaceTeamRepositorySetting : has
    Team }o--o{ WorkspaceTeamSetting : has
    Workspace }o--o{ WorkspaceTeamSetting : has

    %% Styling
    classDef primaryEntity fill:#e1f5fe,stroke:#01579b,stroke-width:2px
    classDef associationEntity fill:#f3e5f5,stroke:#4a148c,stroke-width:2px
    classDef metadataEntity fill:#e8f5e8,stroke:#1b5e20,stroke-width:2px

    class Issue primaryEntity
    class IssueAssignee associationEntity
    class IssueLabel associationEntity
    class Label primaryEntity
    class Milestone primaryEntity
    class PullRequestRequestedReviewer associationEntity
    class Repository primaryEntity
    class RepositoryToMonitor metadataEntity
    class Team primaryEntity
    class User primaryEntity
    class Workspace primaryEntity
